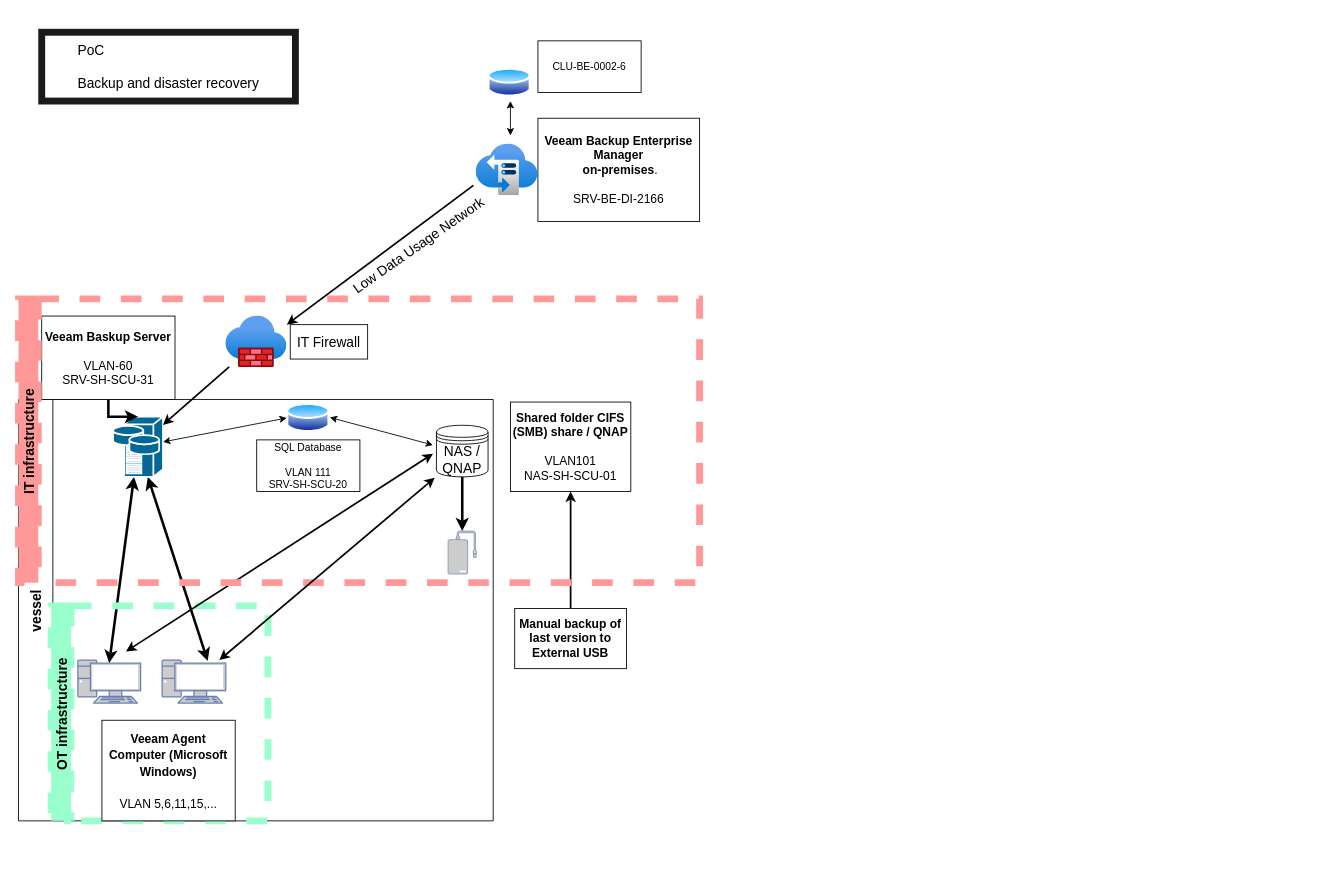
Before: page "Page-5" (4 of 5) of Untitled Diagram.drawio in Wkurylo/docker_kubernetes_diagrams, a draw.io diagram. Source tidied: cells renumbered, new cells numbered last; positions are measured from the earlier drawing's top-left corner, leaving out a move shared by most shapes. Both pictures are drawn from the tidied source at 86%, with x=0, y=0 at pixel (18, 32).
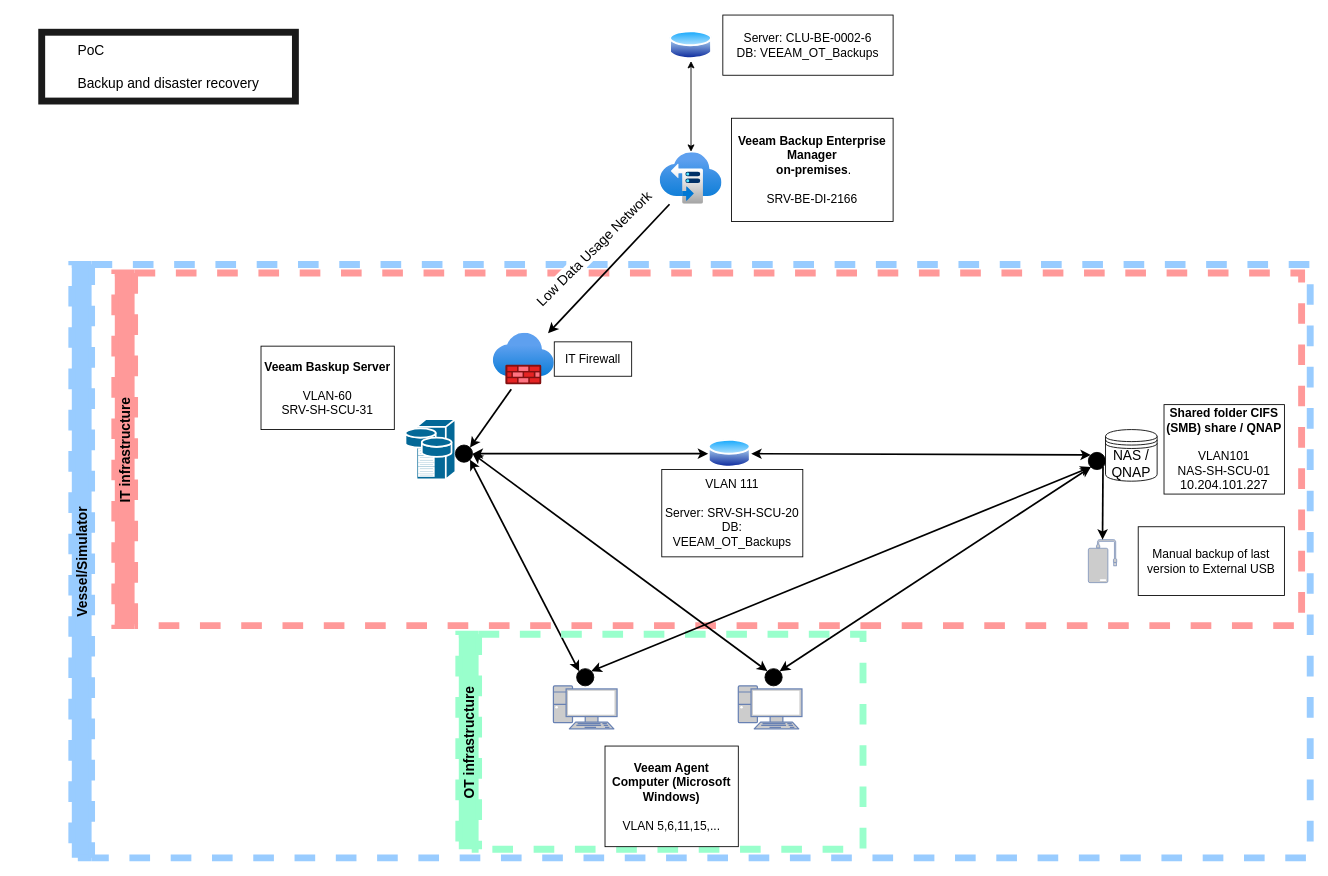
The same diagram, later.

What changed in the source:
```diff
@@
-    <mxCell id="2" value="vessel" style="swimlane;horizontal=0;startSize=40;fontSize=16;" parent="1" vertex="1">
-      <mxGeometry y="427" width="552" height="490" as="geometry" />
-    </mxCell>
-    <mxCell id="3" style="fontColor=#0066CC;verticalAlign=top;verticalLabelPosition=bottom;labelPosition=center;align=center;html=1;outlineConnect=0;fillColor=#CCCCCC;strokeColor=#6881B3;gradientColor=none;gradientDirection=north;strokeWidth=2;shape=mxgraph.networks.pc;fontSize=16;" parent="2" vertex="1">
-      <mxGeometry x="69" y="303" width="73" height="50" as="geometry" />
-    </mxCell>
-    <mxCell id="4" style="fontColor=#0066CC;verticalAlign=top;verticalLabelPosition=bottom;labelPosition=center;align=center;html=1;outlineConnect=0;fillColor=#CCCCCC;strokeColor=#6881B3;gradientColor=none;gradientDirection=north;strokeWidth=2;shape=mxgraph.networks.pc;fontSize=16;" parent="2" vertex="1">
-      <mxGeometry x="167" y="303" width="74" height="50" as="geometry" />
-    </mxCell>
-    <mxCell id="5" style="endArrow=classic;startArrow=classic;html=1;rounded=0;fontSize=16;exitX=0.716;exitY=0.02;exitDx=0;exitDy=0;exitPerimeter=0;strokeWidth=3;" parent="2" edge="1" source="4" target="7">
-      <mxGeometry relative="1" as="geometry" />
-    </mxCell>
-    <mxCell id="6" style="endArrow=classic;startArrow=classic;html=1;rounded=0;fontSize=16;exitX=0.5;exitY=0.07;exitDx=0;exitDy=0;exitPerimeter=0;strokeWidth=3;" parent="2" edge="1" source="3" target="7">
-      <mxGeometry relative="1" as="geometry" />
-    </mxCell>
-    <mxCell id="7" style="shape=mxgraph.cisco.servers.storage_server;sketch=0;html=1;dashed=0;fillColor=#036897;strokeColor=#ffffff;strokeWidth=2;verticalLabelPosition=bottom;verticalAlign=top;align=center;outlineConnect=0;fontSize=16;" parent="2" vertex="1">
-      <mxGeometry x="110" y="20" width="58" height="70" as="geometry" />
-    </mxCell>
-    <mxCell id="8" value="OT infrastructure" style="swimlane;horizontal=0;dashed=1;labelBackgroundColor=none;fontSize=16;fontColor=default;fillColor=#99FFCC;gradientColor=none;strokeColor=#99FFCC;strokeWidth=8;" parent="2" vertex="1">
-      <mxGeometry x="38" y="240" width="252" height="250" as="geometry" />
-    </mxCell>
-    <mxCell id="9" value="&lt;div&gt;&lt;font style=&quot;font-size: 14px&quot;&gt;&lt;b&gt;Veeam Agent Computer (Microsoft Windows)&lt;/b&gt;&lt;/font&gt;&lt;/div&gt;&lt;div&gt;&lt;font style=&quot;font-size: 14px&quot;&gt;&lt;b&gt;&lt;br&gt;&lt;/b&gt;&lt;/font&gt;&lt;/div&gt;&lt;div&gt;&lt;font style=&quot;font-size: 14px&quot;&gt;VLAN 5,6,11,15,...&lt;b&gt;&lt;br&gt;&lt;/b&gt;&lt;/font&gt;&lt;/div&gt;" style="rounded=0;whiteSpace=wrap;html=1;fontSize=16;" parent="8" vertex="1">
-      <mxGeometry x="59" y="133" width="155" height="117" as="geometry" />
-    </mxCell>
-    <mxCell id="10" style="endArrow=classic;startArrow=classic;html=1;rounded=0;fontSize=19;fontColor=#FF0000;strokeColor=#000000;strokeWidth=2;" parent="2" edge="1">
-      <mxGeometry relative="1" as="geometry">
-        <mxPoint x="125" y="293" as="sourcePoint" />
-        <mxPoint x="482" y="63" as="targetPoint" />
-      </mxGeometry>
-    </mxCell>
-    <mxCell id="11" style="fontColor=#0066CC;verticalAlign=top;verticalLabelPosition=bottom;labelPosition=center;align=center;html=1;outlineConnect=0;fillColor=#CCCCCC;strokeColor=#6881B3;gradientColor=none;gradientDirection=north;strokeWidth=2;shape=mxgraph.networks.external_storage;fontSize=16;" parent="2" vertex="1">
-      <mxGeometry x="499.5" y="153" width="33" height="50" as="geometry" />
-    </mxCell>
-    <mxCell id="12" style="edgeStyle=orthogonalEdgeStyle;rounded=0;jettySize=auto;html=1;fontSize=19;fontColor=#FF0000;strokeColor=#000000;strokeWidth=2;" parent="1" edge="1" source="13" target="22">
-      <mxGeometry relative="1" as="geometry" />
-    </mxCell>
-    <mxCell id="13" value="&lt;b style=&quot;font-size: 14px;&quot;&gt;Manual backup of last version to External USB&lt;/b&gt;" style="rounded=0;whiteSpace=wrap;html=1;fontSize=14;" parent="1" vertex="1">
-      <mxGeometry x="577" y="670" width="130" height="70" as="geometry" />
-    </mxCell>
-    <mxCell id="14" value="Low Data Usage Network" style="edgeLabel;html=1;align=center;verticalAlign=middle;fontSize=16;rotation=-35;" parent="1" vertex="1">
-      <mxGeometry x="432" y="220" as="geometry">
-        <mxPoint x="10.2" y="41.3" as="offset" />
-      </mxGeometry>
-    </mxCell>
     <mxCell id="15" style="html=1;points=[];align=center;image;fontSize=12;image=img/lib/azure2/storage/Storage_Sync_Services.svg;" parent="1" vertex="1">
-      <mxGeometry x="532" y="130" width="72" height="60" as="geometry" />
+      <mxGeometry x="746" y="140" width="72" height="60" as="geometry" />
     </mxCell>
     <mxCell id="16" value="&lt;div style=&quot;font-size: 14px&quot;&gt;&lt;b style=&quot;font-size: 14px&quot;&gt;Veeam Backup Enterprise Manager&lt;/b&gt;&lt;/div&gt;&lt;div style=&quot;font-size: 14px&quot;&gt;&lt;b style=&quot;font-size: 14px&quot;&gt;&amp;nbsp;on-premises&lt;/b&gt;.&lt;/div&gt;&lt;div style=&quot;font-size: 14px&quot;&gt;&lt;br&gt;&lt;/div&gt;&lt;div style=&quot;font-size: 14px&quot;&gt;SRV-BE-DI-2166&lt;br&gt;&lt;/div&gt;" style="rounded=0;whiteSpace=wrap;html=1;fontSize=14;" parent="1" vertex="1">
-      <mxGeometry x="604" y="100" width="188" height="120" as="geometry" />
+      <mxGeometry x="829" y="100" width="188" height="120" as="geometry" />
     </mxCell>
-    <mxCell id="17" style="edgeStyle=orthogonalEdgeStyle;rounded=0;jettySize=auto;html=1;fontSize=16;fontColor=default;strokeWidth=3;" parent="1" edge="1" source="18" target="7">
-      <mxGeometry relative="1" as="geometry" />
-    </mxCell>
+    <mxCell id="19" value="IT infrastructure" style="swimlane;horizontal=0;dashed=1;labelBackgroundColor=none;fontSize=16;fontColor=default;fillColor=#FF9999;gradientColor=none;strokeColor=#FF9999;strokeWidth=8;" parent="1" vertex="1">
+      <mxGeometry x="112" y="280" width="1380" height="410" as="geometry" />
+    </mxCell>
+    <mxCell id="25" value="&lt;div style=&quot;font-size: 14px;&quot;&gt;VLAN 111&lt;/div&gt;&lt;div style=&quot;font-size: 14px;&quot;&gt;&lt;br style=&quot;font-size: 14px;&quot;&gt;&lt;/div&gt;&lt;div style=&quot;font-size: 14px;&quot;&gt;Server: SRV-SH-SCU-20&lt;/div&gt;&lt;div style=&quot;font-size: 14px;&quot;&gt;DB: VEEAM_OT_Backups&lt;/div&gt;" style="rounded=0;whiteSpace=wrap;html=1;fontSize=14;" parent="19" vertex="1">
+      <mxGeometry x="636" y="228.5" width="164" height="101.5" as="geometry" />
+    </mxCell>
+    <mxCell id="36" style="perimeter=ellipsePerimeter;html=1;align=center;shadow=0;dashed=0;spacingTop=3;image;image=img/lib/active_directory/database.svg;" parent="19" vertex="1">
+      <mxGeometry x="690" y="191.5" width="50" height="37" as="geometry" />
+    </mxCell>
+    <mxCell id="7" style="shape=mxgraph.cisco.servers.storage_server;sketch=0;html=1;dashed=0;fillColor=#036897;strokeColor=#ffffff;strokeWidth=2;verticalLabelPosition=bottom;verticalAlign=top;align=center;outlineConnect=0;fontSize=16;" parent="19" vertex="1">
+      <mxGeometry x="338" y="170" width="58" height="70" as="geometry" />
+    </mxCell>
+    <mxCell id="35" style="endArrow=classic;startArrow=classic;html=1;rounded=0;entryX=0;entryY=0.5;entryDx=0;entryDy=0;strokeWidth=2;exitX=1;exitY=0.5;exitDx=0;exitDy=0;" parent="19" edge="1" source="38" target="36">
+      <mxGeometry relative="1" as="geometry" />
+    </mxCell>
+    <mxCell id="37" style="ellipse;whiteSpace=wrap;html=1;fillColor=#000000;" parent="19" vertex="1">
+      <mxGeometry x="1132" y="208.5" width="20" height="20" as="geometry" />
+    </mxCell>
+    <mxCell id="26" style="endArrow=classic;startArrow=classic;html=1;rounded=0;entryX=0;entryY=0;entryDx=0;entryDy=0;strokeWidth=2;" parent="19" edge="1" source="36" target="37">
+      <mxGeometry relative="1" as="geometry" />
+    </mxCell>
+    <mxCell id="11" style="fontColor=#0066CC;verticalAlign=top;verticalLabelPosition=bottom;labelPosition=center;align=center;html=1;outlineConnect=0;fillColor=#CCCCCC;strokeColor=#6881B3;gradientColor=none;gradientDirection=north;strokeWidth=2;shape=mxgraph.networks.external_storage;fontSize=16;" parent="19" vertex="1">
+      <mxGeometry x="1132" y="310" width="33" height="50" as="geometry" />
+    </mxCell>
+    <mxCell id="33" style="endArrow=classic;html=1;rounded=0;fontSize=16;entryX=0.5;entryY=0;entryDx=0;entryDy=0;entryPerimeter=0;exitX=1;exitY=1;exitDx=0;exitDy=0;strokeWidth=2;" parent="19" edge="1" source="37" target="11">
+      <mxGeometry relative="1" as="geometry" />
+    </mxCell>
+    <mxCell id="38" style="ellipse;whiteSpace=wrap;html=1;fillColor=#000000;" parent="19" vertex="1">
+      <mxGeometry x="396" y="200" width="20" height="20" as="geometry" />
+    </mxCell>
-    <mxCell id="18" value="&lt;div&gt;&lt;b style=&quot;font-size: 14px&quot;&gt;Veeam Baskup Server&lt;/b&gt;&lt;/div&gt;&lt;div&gt;&lt;b style=&quot;font-size: 14px&quot;&gt;&lt;br&gt;&lt;/b&gt;&lt;/div&gt;&lt;div&gt;&lt;span style=&quot;font-size: 14px&quot;&gt;VLAN-60&lt;/span&gt;&lt;/div&gt;&lt;div&gt;&lt;span style=&quot;font-size: 14px&quot;&gt;SRV-SH-SCU-31&lt;/span&gt;&lt;b style=&quot;font-size: 14px&quot;&gt;&lt;br&gt;&lt;/b&gt;&lt;/div&gt;" style="rounded=0;whiteSpace=wrap;html=1;fontSize=14;" parent="1" vertex="1">
-      <mxGeometry x="27" y="330" width="155" height="97" as="geometry" />
+    <mxCell id="18" value="&lt;div&gt;&lt;b style=&quot;font-size: 14px&quot;&gt;Veeam Baskup Server&lt;/b&gt;&lt;/div&gt;&lt;div&gt;&lt;b style=&quot;font-size: 14px&quot;&gt;&lt;br&gt;&lt;/b&gt;&lt;/div&gt;&lt;div&gt;&lt;span style=&quot;font-size: 14px&quot;&gt;VLAN-60&lt;/span&gt;&lt;/div&gt;&lt;div&gt;&lt;span style=&quot;font-size: 14px&quot;&gt;SRV-SH-SCU-31&lt;/span&gt;&lt;b style=&quot;font-size: 14px&quot;&gt;&lt;br&gt;&lt;/b&gt;&lt;/div&gt;" style="rounded=0;whiteSpace=wrap;html=1;fontSize=14;" parent="19" vertex="1">
+      <mxGeometry x="170" y="85" width="155" height="97" as="geometry" />
     </mxCell>
-    <mxCell id="19" value="IT infrastructure" style="swimlane;horizontal=0;dashed=1;labelBackgroundColor=none;fontSize=16;fontColor=default;fillColor=#FF9999;gradientColor=none;strokeColor=#FF9999;strokeWidth=8;" parent="1" vertex="1">
-      <mxGeometry y="310" width="792" height="330" as="geometry" />
-    </mxCell>
-    <mxCell id="20" style="html=1;points=[];align=center;image;fontSize=12;image=img/lib/azure2/networking/Firewalls.svg;" parent="19" vertex="1">
-      <mxGeometry x="241" y="20" width="71" height="60" as="geometry" />
-    </mxCell>
+    <mxCell id="22" value="&lt;div&gt;&lt;b style=&quot;font-size: 14px&quot;&gt;Shared folder CIFS (SMB) share / QNAP&lt;/b&gt;&lt;/div&gt;&lt;div&gt;&lt;b style=&quot;font-size: 14px&quot;&gt;&lt;br&gt;&lt;/b&gt;&lt;/div&gt;&lt;div&gt;&lt;span style=&quot;font-size: 14px&quot;&gt;VLAN101&lt;br&gt;&lt;/span&gt;&lt;/div&gt;&lt;div&gt;&lt;span style=&quot;font-size: 14px&quot;&gt;NAS-SH-SCU-01&lt;/span&gt;&lt;/div&gt;&lt;div&gt;&lt;span style=&quot;font-size: 11.0pt ; font-family: &amp;#34;calibri&amp;#34; , sans-serif&quot; lang=&quot;EN-US&quot;&gt;10.204.101.227&lt;/span&gt;&lt;b style=&quot;font-size: 14px&quot;&gt;&lt;/b&gt;&lt;/div&gt;" style="rounded=0;whiteSpace=wrap;html=1;fontSize=14;" parent="19" vertex="1">
+      <mxGeometry x="1220" y="153" width="140" height="104" as="geometry" />
+    </mxCell>
+    <mxCell id="13" value="&lt;span style=&quot;font-size: 14px;&quot;&gt;Manual backup of last version to External USB&lt;/span&gt;" style="rounded=0;whiteSpace=wrap;html=1;fontSize=14;fontStyle=0;" parent="19" vertex="1">
+      <mxGeometry x="1190" y="295" width="170" height="80" as="geometry" />
+    </mxCell>
     <mxCell id="21" value="NAS / QNAP" style="shape=datastore;whiteSpace=wrap;html=1;fontSize=16;" parent="19" vertex="1">
-      <mxGeometry x="486" y="147" width="60" height="60" as="geometry" />
+      <mxGeometry x="1152" y="182" width="60" height="60" as="geometry" />
     </mxCell>
-    <mxCell id="22" value="&lt;div&gt;&lt;b style=&quot;font-size: 14px&quot;&gt;Shared folder CIFS (SMB) share / QNAP&lt;/b&gt;&lt;/div&gt;&lt;div&gt;&lt;b style=&quot;font-size: 14px&quot;&gt;&lt;br&gt;&lt;/b&gt;&lt;/div&gt;&lt;div&gt;&lt;span style=&quot;font-size: 14px&quot;&gt;VLAN101&lt;br&gt;&lt;/span&gt;&lt;/div&gt;&lt;div&gt;&lt;span style=&quot;font-size: 14px&quot;&gt;NAS-SH-SCU-01&lt;/span&gt;&lt;b style=&quot;font-size: 14px&quot;&gt;&lt;br&gt;&lt;/b&gt;&lt;/div&gt;" style="rounded=0;whiteSpace=wrap;html=1;fontSize=14;" parent="19" vertex="1">
-      <mxGeometry x="572" y="120" width="140" height="104" as="geometry" />
-    </mxCell>
-    <mxCell id="23" style="perimeter=ellipsePerimeter;html=1;align=center;shadow=0;dashed=0;spacingTop=3;image;image=img/lib/active_directory/database.svg;" parent="19" vertex="1">
-      <mxGeometry x="312" y="120" width="50" height="37" as="geometry" />
-    </mxCell>
-    <mxCell id="24" value="IT Firewall" style="rounded=0;whiteSpace=wrap;html=1;fontSize=16;" parent="19" vertex="1">
-      <mxGeometry x="316" y="30" width="90" height="40" as="geometry" />
-    </mxCell>
-    <mxCell id="25" value="&lt;div&gt;SQL Database&lt;br&gt;&lt;/div&gt;&lt;div&gt;&lt;br&gt;&lt;/div&gt;&lt;div&gt;VLAN 111&lt;br&gt;&lt;/div&gt;&lt;div&gt;SRV-SH-SCU-20&lt;/div&gt;" style="rounded=0;whiteSpace=wrap;html=1;" parent="19" vertex="1">
-      <mxGeometry x="277" y="164" width="120" height="60" as="geometry" />
-    </mxCell>
-    <mxCell id="26" style="endArrow=classic;startArrow=classic;html=1;rounded=0;" parent="19" edge="1">
-      <mxGeometry relative="1" as="geometry">
-        <mxPoint x="362" y="137.9" as="sourcePoint" />
-        <mxPoint x="482" y="170" as="targetPoint" />
-      </mxGeometry>
-    </mxCell>
@@
-    <mxCell id="28" style="endArrow=classic;html=1;rounded=0;fontSize=19;fontColor=#FF0000;strokeColor=#000000;strokeWidth=2;entryX=1;entryY=0.167;entryDx=0;entryDy=0;entryPerimeter=0;exitX=-0.042;exitY=0.8;exitDx=0;exitDy=0;exitPerimeter=0;" parent="1" edge="1" source="15" target="20">
+    <mxCell id="28" style="endArrow=classic;html=1;rounded=0;fontSize=19;fontColor=#FF0000;strokeColor=#000000;strokeWidth=2;exitX=0.153;exitY=1;exitDx=0;exitDy=0;exitPerimeter=0;" parent="1" edge="1" source="15" target="45">
       <mxGeometry relative="1" as="geometry" />
     </mxCell>
-    <mxCell id="29" style="endArrow=classic;html=1;rounded=0;fontSize=19;fontColor=#FF0000;strokeColor=#000000;strokeWidth=2;exitX=0.056;exitY=0.983;exitDx=0;exitDy=0;exitPerimeter=0;" parent="1" edge="1" source="20" target="7">
-      <mxGeometry relative="1" as="geometry" />
-    </mxCell>
     <mxCell id="30" style="perimeter=ellipsePerimeter;html=1;align=center;shadow=0;dashed=0;spacingTop=3;image;image=img/lib/active_directory/database.svg;" parent="1" vertex="1">
-      <mxGeometry x="546" y="40" width="50" height="37" as="geometry" />
+      <mxGeometry x="757" y="-3.5" width="50" height="37" as="geometry" />
     </mxCell>
-    <mxCell id="31" style="endArrow=classic;startArrow=classic;html=1;rounded=0;" parent="1" edge="1">
-      <mxGeometry relative="1" as="geometry">
-        <mxPoint x="572" y="120" as="sourcePoint" />
-        <mxPoint x="572" y="80" as="targetPoint" />
-      </mxGeometry>
+    <mxCell id="31" style="endArrow=classic;startArrow=classic;html=1;rounded=0;exitX=0.5;exitY=-0.017;exitDx=0;exitDy=0;exitPerimeter=0;entryX=0.5;entryY=1;entryDx=0;entryDy=0;" parent="1" edge="1" source="15" target="30">
+      <mxGeometry relative="1" as="geometry" />
     </mxCell>
-    <mxCell id="32" value="CLU-BE-0002-6" style="rounded=0;whiteSpace=wrap;html=1;" parent="1" vertex="1">
-      <mxGeometry x="604" y="10" width="120" height="60" as="geometry" />
+    <mxCell id="32" value="&lt;div style=&quot;font-size: 14px;&quot;&gt;Server: CLU-BE-0002-6&lt;/div&gt;&lt;div style=&quot;font-size: 14px;&quot;&gt;DB: VEEAM_OT_Backups&lt;br style=&quot;font-size: 14px;&quot;&gt;&lt;/div&gt;" style="rounded=0;whiteSpace=wrap;html=1;fontSize=14;" parent="1" vertex="1">
+      <mxGeometry x="819" y="-20" width="198" height="70" as="geometry" />
     </mxCell>
-    <mxCell id="33" style="endArrow=classic;html=1;rounded=0;fontSize=16;entryX=0.5;entryY=0;entryDx=0;entryDy=0;entryPerimeter=0;exitX=0.5;exitY=1;exitDx=0;exitDy=0;strokeWidth=3;" parent="1" edge="1" source="21" target="11">
-      <mxGeometry relative="1" as="geometry" />
-    </mxCell>
-    <mxCell id="34" style="endArrow=classic;startArrow=classic;html=1;rounded=0;fontSize=19;fontColor=#FF0000;strokeColor=#000000;strokeWidth=2;entryX=-0.033;entryY=1.017;entryDx=0;entryDy=0;entryPerimeter=0;" parent="1" edge="1" source="4" target="21">
+    <mxCell id="34" style="endArrow=classic;startArrow=classic;html=1;rounded=0;fontSize=19;fontColor=#FF0000;strokeColor=#000000;strokeWidth=2;entryX=0;entryY=1;entryDx=0;entryDy=0;exitX=1;exitY=0;exitDx=0;exitDy=0;" parent="1" edge="1" source="41" target="37">
       <mxGeometry relative="1" as="geometry" />
     </mxCell>
-    <mxCell id="35" style="endArrow=classic;startArrow=classic;html=1;rounded=0;entryX=0;entryY=0.5;entryDx=0;entryDy=0;" parent="1" edge="1" source="7" target="23">
-      <mxGeometry relative="1" as="geometry" />
-    </mxCell>
+    <mxCell id="5" style="endArrow=classic;startArrow=classic;html=1;rounded=0;fontSize=16;strokeWidth=2;exitX=0;exitY=0;exitDx=0;exitDy=0;entryX=1;entryY=0.5;entryDx=0;entryDy=0;" parent="1" edge="1" source="41" target="38">
+      <mxGeometry relative="1" as="geometry" />
+    </mxCell>
+    <mxCell id="6" style="endArrow=classic;startArrow=classic;html=1;rounded=0;fontSize=16;exitX=0;exitY=0;exitDx=0;exitDy=0;strokeWidth=2;entryX=1;entryY=1;entryDx=0;entryDy=0;" parent="1" edge="1" source="42" target="38">
+      <mxGeometry relative="1" as="geometry" />
+    </mxCell>
+    <mxCell id="8" value="OT infrastructure" style="swimlane;horizontal=0;dashed=1;labelBackgroundColor=none;fontSize=16;fontColor=default;fillColor=#99FFCC;gradientColor=none;strokeColor=#99FFCC;strokeWidth=8;" parent="1" vertex="1">
+      <mxGeometry x="512" y="700" width="470" height="250" as="geometry" />
+    </mxCell>
+    <mxCell id="39" style="fontColor=#0066CC;verticalAlign=top;verticalLabelPosition=bottom;labelPosition=center;align=center;html=1;fillColor=#CCCCCC;strokeColor=#6881B3;gradientColor=none;gradientDirection=north;strokeWidth=2;shape=mxgraph.networks.pc;fontSize=16;" parent="8" vertex="1">
+      <mxGeometry x="110" y="60" width="74" height="50" as="geometry" />
+    </mxCell>
+    <mxCell id="40" style="fontColor=#0066CC;verticalAlign=top;verticalLabelPosition=bottom;labelPosition=center;align=center;html=1;fillColor=#CCCCCC;strokeColor=#6881B3;gradientColor=none;gradientDirection=north;strokeWidth=2;shape=mxgraph.networks.pc;fontSize=16;" parent="8" vertex="1">
+      <mxGeometry x="325" y="60" width="74" height="50" as="geometry" />
+    </mxCell>
+    <mxCell id="9" value="&lt;div style=&quot;font-size: 14px;&quot;&gt;&lt;font style=&quot;font-size: 14px;&quot;&gt;&lt;b style=&quot;font-size: 14px;&quot;&gt;Veeam Agent Computer (Microsoft Windows)&lt;/b&gt;&lt;/font&gt;&lt;/div&gt;&lt;div style=&quot;font-size: 14px;&quot;&gt;&lt;font style=&quot;font-size: 14px;&quot;&gt;&lt;b style=&quot;font-size: 14px;&quot;&gt;&lt;br style=&quot;font-size: 14px;&quot;&gt;&lt;/b&gt;&lt;/font&gt;&lt;/div&gt;&lt;div style=&quot;font-size: 14px;&quot;&gt;&lt;font style=&quot;font-size: 14px;&quot;&gt;VLAN 5,6,11,15,...&lt;b style=&quot;font-size: 14px;&quot;&gt;&lt;br style=&quot;font-size: 14px;&quot;&gt;&lt;/b&gt;&lt;/font&gt;&lt;/div&gt;" style="rounded=0;whiteSpace=wrap;html=1;fontSize=14;" parent="8" vertex="1">
+      <mxGeometry x="170" y="130" width="155" height="117" as="geometry" />
+    </mxCell>
+    <mxCell id="41" style="ellipse;whiteSpace=wrap;html=1;fillColor=#000000;" parent="8" vertex="1">
+      <mxGeometry x="356" y="40" width="20" height="20" as="geometry" />
+    </mxCell>
+    <mxCell id="42" style="ellipse;whiteSpace=wrap;html=1;fillColor=#000000;" parent="8" vertex="1">
+      <mxGeometry x="137" y="40" width="20" height="20" as="geometry" />
+    </mxCell>
+    <mxCell id="43" style="endArrow=classic;startArrow=classic;html=1;rounded=0;fontSize=19;fontColor=#FF0000;strokeColor=#000000;strokeWidth=2;exitX=1;exitY=0;exitDx=0;exitDy=0;entryX=0;entryY=1;entryDx=0;entryDy=0;" parent="1" edge="1" source="42" target="37">
+      <mxGeometry relative="1" as="geometry" />
+    </mxCell>
+    <mxCell id="44" value="Vessel/Simulator" style="swimlane;horizontal=0;dashed=1;labelBackgroundColor=none;fontSize=16;fontColor=default;fillColor=#99CCFF;gradientColor=none;strokeColor=#99CCFF;strokeWidth=8;" parent="1" vertex="1">
+      <mxGeometry x="62" y="270" width="1440" height="690" as="geometry" />
+    </mxCell>
+    <mxCell id="24" value="IT Firewall" style="rounded=0;whiteSpace=wrap;html=1;fontSize=14;" parent="44" vertex="1">
+      <mxGeometry x="561" y="90" width="90" height="40" as="geometry" />
+    </mxCell>
+    <mxCell id="45" style="html=1;points=[];align=center;image;fontSize=12;image=img/lib/azure2/networking/Firewalls.svg;" parent="44" vertex="1">
+      <mxGeometry x="490" y="80" width="71" height="60" as="geometry" />
+    </mxCell>
+    <mxCell id="14" value="Low Data Usage Network" style="edgeLabel;html=1;align=center;verticalAlign=middle;fontSize=16;rotation=-45;labelBackgroundColor=#FFFFFF;" parent="1" vertex="1">
+      <mxGeometry x="632" y="230" as="geometry">
+        <mxPoint x="10.2" y="41.3" as="offset" />
+      </mxGeometry>
+    </mxCell>
+    <mxCell id="46" style="endArrow=classic;html=1;rounded=0;strokeWidth=2;entryX=1;entryY=0;entryDx=0;entryDy=0;exitX=0.296;exitY=1.083;exitDx=0;exitDy=0;exitPerimeter=0;" parent="1" edge="1" source="45" target="38">
+      <mxGeometry relative="1" as="geometry" />
+    </mxCell>
```
